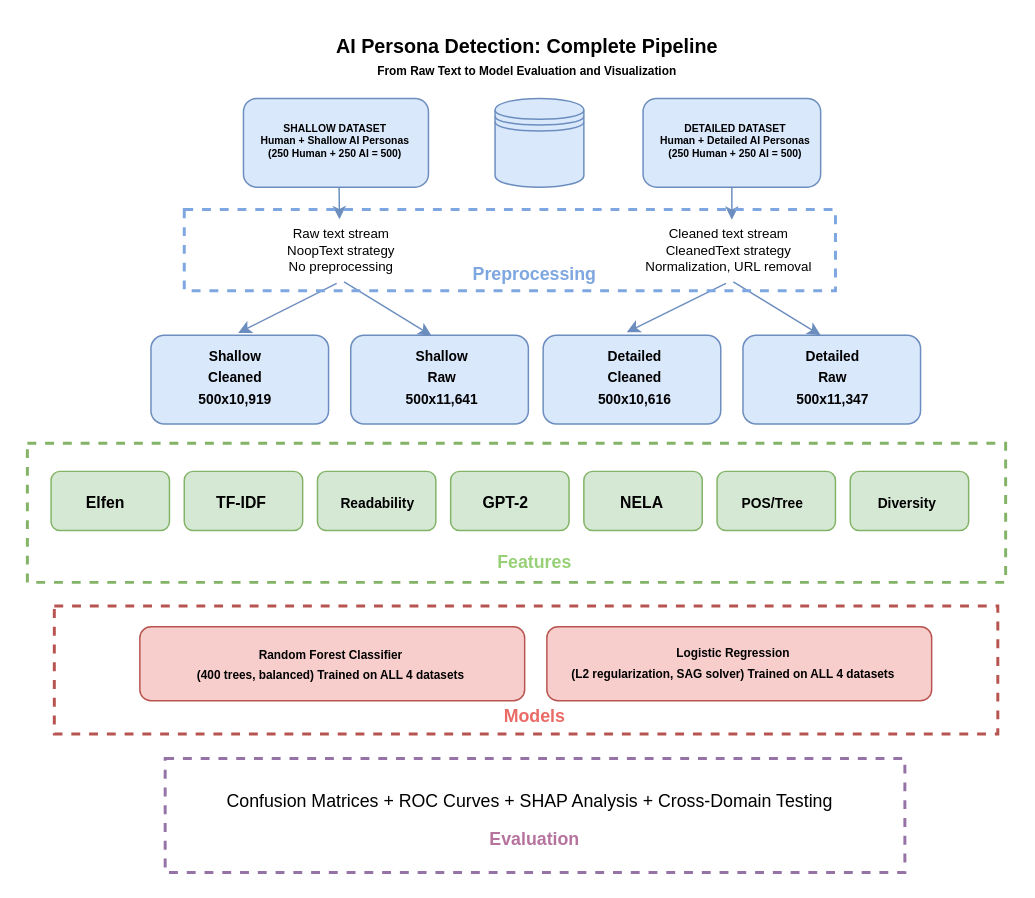
Above: aipersonas.drawio in Likich/LLMsim (draw.io), before the change. Source tidied: cells renumbered, new cells numbered last; positions are measured from the earlier drawing's top-left corner, leaving out a move shared by most shapes. Both pictures are drawn from the tidied source at 148%, with x=0, y=0 at pixel (27, 25). Pictures stored in the file or linked from it are replaced by grey dashed boxes.
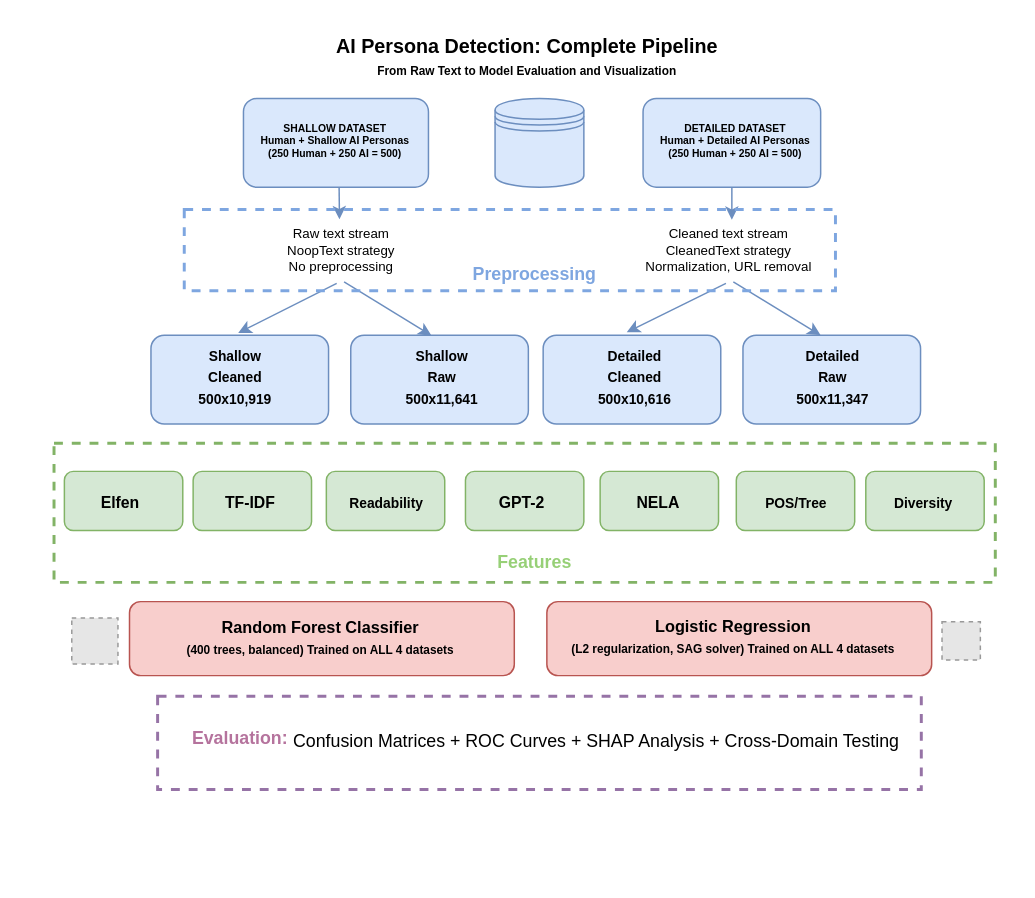
The same page after the edit.

Change to the diagram source:
```diff
@@
     <mxCell id="2" style="rounded=0;whiteSpace=wrap;html=1;fillColor=none;dashed=1;strokeColor=#82b366;strokeWidth=2;" parent="1" vertex="1">
-      <mxGeometry y="282" width="661" height="94" as="geometry" />
+      <mxGeometry x="18" y="282" width="636" height="94" as="geometry" />
     </mxCell>
@@
     <mxCell id="5" style="rounded=1;whiteSpace=wrap;html=1;fillColor=#d5e8d4;strokeColor=#82b366;" parent="1" vertex="1">
-      <mxGeometry x="16" y="301" width="80" height="40" as="geometry" />
+      <mxGeometry x="25" y="301" width="80" height="40" as="geometry" />
     </mxCell>
     <mxCell id="6" style="rounded=1;whiteSpace=wrap;html=1;fillColor=#d5e8d4;strokeColor=#82b366;" parent="1" vertex="1">
-      <mxGeometry x="106" y="301" width="80" height="40" as="geometry" />
+      <mxGeometry x="112" y="301" width="80" height="40" as="geometry" />
     </mxCell>
     <mxCell id="7" style="rounded=1;whiteSpace=wrap;html=1;fillColor=#d5e8d4;strokeColor=#82b366;" parent="1" vertex="1">
-      <mxGeometry x="196" y="301" width="80" height="40" as="geometry" />
+      <mxGeometry x="202" y="301" width="80" height="40" as="geometry" />
     </mxCell>
     <mxCell id="8" style="rounded=1;whiteSpace=wrap;html=1;fillColor=#d5e8d4;strokeColor=#82b366;" parent="1" vertex="1">
-      <mxGeometry x="286" y="301" width="80" height="40" as="geometry" />
+      <mxGeometry x="296" y="301" width="80" height="40" as="geometry" />
     </mxCell>
     <mxCell id="9" style="rounded=1;whiteSpace=wrap;html=1;fillColor=#d5e8d4;strokeColor=#82b366;" parent="1" vertex="1">
-      <mxGeometry x="376" y="301" width="80" height="40" as="geometry" />
+      <mxGeometry x="387" y="301" width="80" height="40" as="geometry" />
     </mxCell>
     <mxCell id="10" style="rounded=1;whiteSpace=wrap;html=1;fillColor=#d5e8d4;strokeColor=#82b366;" parent="1" vertex="1">
-      <mxGeometry x="466" y="301" width="80" height="40" as="geometry" />
+      <mxGeometry x="479" y="301" width="80" height="40" as="geometry" />
     </mxCell>
     <mxCell id="11" style="rounded=1;whiteSpace=wrap;html=1;fillColor=#d5e8d4;strokeColor=#82b366;" parent="1" vertex="1">
-      <mxGeometry x="556" y="301" width="80" height="40" as="geometry" />
+      <mxGeometry x="566.5" y="301" width="80" height="40" as="geometry" />
     </mxCell>
@@
     <mxCell id="16" style="rounded=1;whiteSpace=wrap;html=1;fillColor=#f8cecc;strokeColor=#b85450;" parent="1" vertex="1">
-      <mxGeometry x="76" y="406" width="260" height="50" as="geometry" />
+      <mxGeometry x="69" y="389" width="260" height="50" as="geometry" />
     </mxCell>
     <mxCell id="17" style="rounded=1;whiteSpace=wrap;html=1;fillColor=#f8cecc;strokeColor=#b85450;" parent="1" vertex="1">
-      <mxGeometry x="351" y="406" width="260" height="50" as="geometry" />
+      <mxGeometry x="351" y="389" width="260" height="50" as="geometry" />
     </mxCell>
@@
     <mxCell id="23" value="&lt;b style=&quot;font-weight:normal;&quot; id=&quot;docs-internal-guid-ae7be2e6-7fff-836d-d5e1-5ad2f06c3954&quot;&gt;&lt;p dir=&quot;ltr&quot; style=&quot;line-height:1.2;text-align: center;margin-top:0pt;margin-bottom:0pt;&quot;&gt;&lt;span style=&quot;background-color: transparent; color: light-dark(rgb(0, 0, 0), rgb(237, 237, 237)); font-family: Arial, sans-serif; font-size: 8pt; font-weight: 700; white-space-collapse: preserve;&quot;&gt;Elfen&lt;/span&gt;&lt;/p&gt;&lt;/b&gt;" style="text;whiteSpace=wrap;html=1;" parent="1" vertex="1">
-      <mxGeometry x="38" y="307.6" width="50" height="40" as="geometry" />
+      <mxGeometry x="48" y="307.6" width="50" height="40" as="geometry" />
     </mxCell>
     <mxCell id="24" value="&lt;b style=&quot;font-weight:normal;&quot; id=&quot;docs-internal-guid-239a915f-7fff-9e85-c979-bd8349d87183&quot;&gt;&lt;p dir=&quot;ltr&quot; style=&quot;line-height:1.2;text-align: center;margin-top:0pt;margin-bottom:0pt;&quot;&gt;&lt;span style=&quot;font-size: 8pt; font-family: Arial, sans-serif; color: rgb(0, 0, 0); background-color: transparent; font-weight: 700; font-style: normal; font-variant: normal; text-decoration: none; vertical-align: baseline; white-space: pre-wrap;&quot;&gt;TF-IDF&lt;/span&gt;&lt;/p&gt;&lt;/b&gt;" style="text;whiteSpace=wrap;html=1;" parent="1" vertex="1">
-      <mxGeometry x="126" y="307.6" width="75" height="46.9" as="geometry" />
+      <mxGeometry x="132" y="307.6" width="75" height="46.9" as="geometry" />
     </mxCell>
     <mxCell id="25" value="&lt;b style=&quot;font-weight:normal;&quot; id=&quot;docs-internal-guid-65ea8784-7fff-c9c4-a3c4-50805980968f&quot;&gt;&lt;p dir=&quot;ltr&quot; style=&quot;line-height:1.2;text-align: center;margin-top:0pt;margin-bottom:0pt;&quot;&gt;&lt;span style=&quot;font-size: 7pt; font-family: Arial, sans-serif; color: rgb(0, 0, 0); background-color: transparent; font-weight: 700; font-style: normal; font-variant: normal; text-decoration: none; vertical-align: baseline; white-space: pre-wrap;&quot;&gt;Readabi&lt;/span&gt;&lt;span style=&quot;background-color: transparent; color: light-dark(rgb(0, 0, 0), rgb(237, 237, 237)); font-family: Arial, sans-serif; font-size: 7pt; font-weight: 700; white-space-collapse: preserve;&quot;&gt;lity&lt;/span&gt;&lt;/p&gt;&lt;/b&gt;" style="text;whiteSpace=wrap;html=1;" parent="1" vertex="1">
-      <mxGeometry x="210" y="307.6" width="100" height="70" as="geometry" />
+      <mxGeometry x="216" y="307.6" width="100" height="70" as="geometry" />
     </mxCell>
     <mxCell id="26" value="&lt;b style=&quot;font-weight:normal;&quot; id=&quot;docs-internal-guid-f7293e37-7fff-f836-a736-2f88431ca3c5&quot;&gt;&lt;p dir=&quot;ltr&quot; style=&quot;line-height:1.2;text-align: center;margin-top:0pt;margin-bottom:0pt;&quot;&gt;&lt;span style=&quot;font-size: 8pt; font-family: Arial, sans-serif; color: rgb(0, 0, 0); background-color: transparent; font-weight: 700; font-style: normal; font-variant: normal; text-decoration: none; vertical-align: baseline; white-space: pre-wrap;&quot;&gt;GPT-2&lt;/span&gt;&lt;/p&gt;&lt;/b&gt;" style="text;whiteSpace=wrap;html=1;" parent="1" vertex="1">
-      <mxGeometry x="306" y="307.6" width="80" height="50" as="geometry" />
+      <mxGeometry x="317" y="307.6" width="80" height="50" as="geometry" />
     </mxCell>
     <mxCell id="27" value="&lt;b style=&quot;font-weight:normal;&quot; id=&quot;docs-internal-guid-f9050e85-7fff-1b75-7c0d-9640b4de981a&quot;&gt;&lt;p dir=&quot;ltr&quot; style=&quot;line-height:1.2;text-align: center;margin-top:0pt;margin-bottom:0pt;&quot;&gt;&lt;span style=&quot;font-size: 8pt; font-family: Arial, sans-serif; color: rgb(0, 0, 0); background-color: transparent; font-weight: 700; font-style: normal; font-variant: normal; text-decoration: none; vertical-align: baseline; white-space: pre-wrap;&quot;&gt;NELA&lt;/span&gt;&lt;/p&gt;&lt;/b&gt;" style="text;whiteSpace=wrap;html=1;" parent="1" vertex="1">
-      <mxGeometry x="398.5" y="307.6" width="70" height="50" as="geometry" />
+      <mxGeometry x="409.5" y="307.6" width="70" height="50" as="geometry" />
     </mxCell>
     <mxCell id="28" value="&lt;b style=&quot;font-weight:normal;&quot; id=&quot;docs-internal-guid-a6923487-7fff-43c2-2566-b96d860c2867&quot;&gt;&lt;p dir=&quot;ltr&quot; style=&quot;line-height:1.2;text-align: center;margin-top:0pt;margin-bottom:0pt;&quot;&gt;&lt;span style=&quot;font-size: 7pt; font-family: Arial, sans-serif; color: rgb(0, 0, 0); background-color: transparent; font-weight: 700; font-style: normal; font-variant: normal; text-decoration: none; vertical-align: baseline; white-space: pre-wrap;&quot;&gt;POS/Tree&lt;/span&gt;&lt;/p&gt;&lt;/b&gt;" style="text;whiteSpace=wrap;html=1;" parent="1" vertex="1">
-      <mxGeometry x="481" y="307.6" width="80" height="50" as="geometry" />
+      <mxGeometry x="497" y="307.6" width="80" height="50" as="geometry" />
     </mxCell>
     <mxCell id="29" value="&lt;b style=&quot;font-weight:normal;&quot; id=&quot;docs-internal-guid-04bf9017-7fff-6697-55a7-8e5b70c8b0e8&quot;&gt;&lt;p dir=&quot;ltr&quot; style=&quot;line-height:1.2;text-align: center;margin-top:0pt;margin-bottom:0pt;&quot;&gt;&lt;span style=&quot;font-size: 7pt; font-family: Arial, sans-serif; color: rgb(0, 0, 0); background-color: transparent; font-weight: 700; font-style: normal; font-variant: normal; text-decoration: none; vertical-align: baseline; white-space: pre-wrap;&quot;&gt;Diversity&lt;/span&gt;&lt;/p&gt;&lt;/b&gt;" style="text;whiteSpace=wrap;html=1;" parent="1" vertex="1">
-      <mxGeometry x="573" y="307.6" width="80" height="50" as="geometry" />
+      <mxGeometry x="583.5" y="307.6" width="80" height="50" as="geometry" />
     </mxCell>
@@
     <mxCell id="34" value="&lt;span style=&quot;&quot; id=&quot;docs-internal-guid-4c241ec0-7fff-66e1-a8ab-1af012cb2349&quot;&gt;&lt;p dir=&quot;ltr&quot; style=&quot;line-height: 1.2; text-align: center; margin-top: 0pt; margin-bottom: 0pt;&quot;&gt;&lt;span style=&quot;font-family: Arial, sans-serif; background-color: transparent; font-style: normal; font-variant: normal; text-decoration: none; vertical-align: baseline; white-space: pre-wrap;&quot;&gt;&lt;font style=&quot;color: rgb(0, 0, 0);&quot;&gt;Confusion Matrices + ROC Curves + SHAP Analysis + Cross-Domain Testing&lt;/font&gt;&lt;/span&gt;&lt;/p&gt;&lt;/span&gt;" style="text;whiteSpace=wrap;html=1;" parent="1" vertex="1">
-      <mxGeometry x="133" y="510" width="440" height="50" as="geometry" />
+      <mxGeometry x="178" y="469.5" width="440" height="50" as="geometry" />
     </mxCell>
-    <mxCell id="35" value="&lt;b style=&quot;font-weight:normal;&quot; id=&quot;docs-internal-guid-8caab6e6-7fff-a905-b7a0-6fb9ad0504b8&quot;&gt;&lt;p dir=&quot;ltr&quot; style=&quot;line-height:1.2;text-align: center;margin-top:0pt;margin-bottom:0pt;&quot;&gt;&lt;br&gt;&lt;/p&gt;&lt;br&gt;&lt;p dir=&quot;ltr&quot; style=&quot;line-height:1.2;text-align: center;margin-top:0pt;margin-bottom:0pt;&quot;&gt;&lt;span style=&quot;font-size: 6pt; font-family: Arial, sans-serif; color: rgb(0, 0, 0); background-color: transparent; font-weight: 700; font-style: normal; font-variant: normal; text-decoration: none; vertical-align: baseline; white-space: pre-wrap;&quot;&gt;Logistic Regression&lt;/span&gt;&lt;/p&gt;&lt;p dir=&quot;ltr&quot; style=&quot;line-height:1.2;text-align: center;margin-top:0pt;margin-bottom:0pt;&quot;&gt;&lt;span style=&quot;font-size: 6pt; font-family: Arial, sans-serif; color: rgb(0, 0, 0); background-color: transparent; font-weight: 700; font-style: normal; font-variant: normal; text-decoration: none; vertical-align: baseline; white-space: pre-wrap;&quot;&gt;(L2 regularization, SAG solver) &lt;/span&gt;&lt;span style=&quot;background-color: transparent; color: light-dark(rgb(0, 0, 0), rgb(237, 237, 237)); font-family: Arial, sans-serif; font-size: 6pt; font-weight: 700; white-space-collapse: preserve;&quot;&gt;Trained on ALL 4 datasets&lt;/span&gt;&lt;/p&gt;&lt;/b&gt;" style="text;whiteSpace=wrap;html=1;" parent="1" vertex="1">
-      <mxGeometry x="366" y="380" width="280" height="140" as="geometry" />
+    <mxCell id="35" value="&lt;b style=&quot;font-weight:normal;&quot; id=&quot;docs-internal-guid-8caab6e6-7fff-a905-b7a0-6fb9ad0504b8&quot;&gt;&lt;p dir=&quot;ltr&quot; style=&quot;line-height:1.2;text-align: center;margin-top:0pt;margin-bottom:0pt;&quot;&gt;&lt;br&gt;&lt;/p&gt;&lt;br&gt;&lt;p dir=&quot;ltr&quot; style=&quot;line-height:1.2;text-align: center;margin-top:0pt;margin-bottom:0pt;&quot;&gt;&lt;span style=&quot;font-family: Arial, sans-serif; color: rgb(0, 0, 0); background-color: transparent; font-weight: 700; font-style: normal; font-variant: normal; text-decoration: none; vertical-align: baseline; white-space: pre-wrap;&quot;&gt;&lt;font style=&quot;font-size: 11px;&quot;&gt;Logistic Regression&lt;/font&gt;&lt;/span&gt;&lt;/p&gt;&lt;p dir=&quot;ltr&quot; style=&quot;line-height:1.2;text-align: center;margin-top:0pt;margin-bottom:0pt;&quot;&gt;&lt;span style=&quot;font-size: 6pt; font-family: Arial, sans-serif; color: rgb(0, 0, 0); background-color: transparent; font-weight: 700; font-style: normal; font-variant: normal; text-decoration: none; vertical-align: baseline; white-space: pre-wrap;&quot;&gt;(L2 regularization, SAG solver) &lt;/span&gt;&lt;span style=&quot;background-color: transparent; color: light-dark(rgb(0, 0, 0), rgb(237, 237, 237)); font-family: Arial, sans-serif; font-size: 6pt; font-weight: 700; white-space-collapse: preserve;&quot;&gt;Trained on ALL 4 datasets&lt;/span&gt;&lt;/p&gt;&lt;/b&gt;" style="text;whiteSpace=wrap;html=1;" parent="1" vertex="1">
+      <mxGeometry x="366" y="363" width="280" height="140" as="geometry" />
     </mxCell>
-    <mxCell id="36" value="&lt;b id=&quot;docs-internal-guid-8caab6e6-7fff-a905-b7a0-6fb9ad0504b8&quot; style=&quot;forced-color-adjust: none; color: rgb(0, 0, 0); font-family: Helvetica; font-size: 12px; font-style: normal; font-variant-ligatures: normal; font-variant-caps: normal; letter-spacing: normal; orphans: 2; text-align: left; text-indent: 0px; text-transform: none; widows: 2; word-spacing: 0px; -webkit-text-stroke-width: 0px; white-space: normal; background-color: rgb(236, 236, 236); text-decoration-thickness: initial; text-decoration-style: initial; text-decoration-color: initial; font-weight: normal;&quot;&gt;&lt;p dir=&quot;ltr&quot; style=&quot;forced-color-adjust: none; line-height: 1.2; text-align: center; margin-top: 0pt; margin-bottom: 0pt;&quot;&gt;&lt;span style=&quot;forced-color-adjust: none; font-size: 6pt; font-family: Arial, sans-serif; color: rgb(0, 0, 0); background-color: transparent; font-weight: 700; font-style: normal; font-variant: normal; text-decoration: none; vertical-align: baseline; white-space: pre-wrap;&quot;&gt;Random Forest Classifier&lt;/span&gt;&lt;/p&gt;&lt;p dir=&quot;ltr&quot; style=&quot;forced-color-adjust: none; line-height: 1.2; text-align: center; margin-top: 0pt; margin-bottom: 0pt;&quot;&gt;&lt;span style=&quot;forced-color-adjust: none; font-size: 6pt; font-family: Arial, sans-serif; color: rgb(0, 0, 0); background-color: transparent; font-weight: 700; font-style: normal; font-variant: normal; text-decoration: none; vertical-align: baseline; white-space: pre-wrap;&quot;&gt;(400 trees, balanced) &lt;/span&gt;&lt;span style=&quot;background-color: transparent; color: light-dark(rgb(0, 0, 0), rgb(237, 237, 237)); font-family: Arial, sans-serif; font-size: 6pt; font-weight: 700; white-space-collapse: preserve;&quot;&gt;Trained on ALL 4 datasets&lt;/span&gt;&lt;/p&gt;&lt;/b&gt;" style="text;whiteSpace=wrap;html=1;" parent="1" vertex="1">
-      <mxGeometry x="113" y="410" width="246" height="70" as="geometry" />
+    <mxCell id="36" value="&lt;b id=&quot;docs-internal-guid-8caab6e6-7fff-a905-b7a0-6fb9ad0504b8&quot; style=&quot;forced-color-adjust: none; color: rgb(0, 0, 0); font-family: Helvetica; font-style: normal; font-variant-ligatures: normal; font-variant-caps: normal; letter-spacing: normal; orphans: 2; text-align: left; text-indent: 0px; text-transform: none; widows: 2; word-spacing: 0px; -webkit-text-stroke-width: 0px; white-space: normal; background-color: rgb(236, 236, 236); text-decoration-thickness: initial; text-decoration-style: initial; text-decoration-color: initial; font-weight: normal;&quot;&gt;&lt;p dir=&quot;ltr&quot; style=&quot;forced-color-adjust: none; line-height: 1.2; text-align: center; margin-top: 0pt; margin-bottom: 0pt;&quot;&gt;&lt;span style=&quot;forced-color-adjust: none; font-family: Arial, sans-serif; color: rgb(0, 0, 0); background-color: transparent; font-weight: 700; font-style: normal; font-variant: normal; text-decoration: none; vertical-align: baseline; white-space: pre-wrap;&quot;&gt;&lt;font style=&quot;font-size: 11px;&quot;&gt;Random Forest Classifier&lt;/font&gt;&lt;/span&gt;&lt;/p&gt;&lt;p dir=&quot;ltr&quot; style=&quot;font-size: 12px; forced-color-adjust: none; line-height: 1.2; text-align: center; margin-top: 0pt; margin-bottom: 0pt;&quot;&gt;&lt;span style=&quot;forced-color-adjust: none; font-size: 6pt; font-family: Arial, sans-serif; color: rgb(0, 0, 0); background-color: transparent; font-weight: 700; font-style: normal; font-variant: normal; text-decoration: none; vertical-align: baseline; white-space: pre-wrap;&quot;&gt;(400 trees, balanced) &lt;/span&gt;&lt;span style=&quot;background-color: transparent; color: light-dark(rgb(0, 0, 0), rgb(237, 237, 237)); font-family: Arial, sans-serif; font-size: 6pt; font-weight: 700; white-space-collapse: preserve;&quot;&gt;Trained on ALL 4 datasets&lt;/span&gt;&lt;/p&gt;&lt;/b&gt;" style="text;whiteSpace=wrap;html=1;" parent="1" vertex="1">
+      <mxGeometry x="106" y="393" width="246" height="70" as="geometry" />
     </mxCell>
@@
-    <mxCell id="44" style="rounded=0;whiteSpace=wrap;html=1;fillColor=none;dashed=1;strokeColor=#b85450;strokeWidth=2;" parent="1" vertex="1">
-      <mxGeometry x="18.2" y="392" width="637.5" height="86.5" as="geometry" />
-    </mxCell>
@@
-    <mxCell id="48" value="&lt;font style=&quot;color: rgb(234, 107, 102);&quot;&gt;&lt;b style=&quot;&quot;&gt;Models&lt;/b&gt;&lt;/font&gt;" style="text;html=1;whiteSpace=wrap;strokeColor=none;fillColor=none;align=center;verticalAlign=middle;rounded=0;" parent="1" vertex="1">
-      <mxGeometry x="300" y="452" width="86" height="30" as="geometry" />
-    </mxCell>
     <mxCell id="49" style="rounded=0;whiteSpace=wrap;html=1;fillColor=none;dashed=1;strokeColor=#9673a6;strokeWidth=2;" parent="1" vertex="1">
-      <mxGeometry x="93.1" y="495" width="499.8" height="77" as="geometry" />
+      <mxGeometry x="88" y="453" width="516" height="63" as="geometry" />
     </mxCell>
-    <mxCell id="50" value="&lt;font style=&quot;color: rgb(181, 115, 157);&quot;&gt;&lt;b style=&quot;&quot;&gt;Evaluation&lt;/b&gt;&lt;/font&gt;" style="text;html=1;whiteSpace=wrap;strokeColor=none;fillColor=none;align=center;verticalAlign=middle;rounded=0;" parent="1" vertex="1">
-      <mxGeometry x="300" y="535" width="86" height="30" as="geometry" />
+    <mxCell id="50" value="&lt;font style=&quot;color: rgb(181, 115, 157);&quot;&gt;&lt;b style=&quot;&quot;&gt;Evaluation:&lt;/b&gt;&lt;/font&gt;" style="text;html=1;whiteSpace=wrap;strokeColor=none;fillColor=none;align=center;verticalAlign=middle;rounded=0;" parent="1" vertex="1">
+      <mxGeometry x="100.5" y="467" width="86" height="30" as="geometry" />
     </mxCell>
+    <mxCell id="51" style="fillColor=#E6E6E6;strokeColor=#999999;dashed=1;verticalLabelPosition=bottom;labelBackgroundColor=default;verticalAlign=top;" parent="1" vertex="1">
+      <mxGeometry x="30" y="400" width="31.2" height="31.2" as="geometry" />
+    </mxCell>
+    <mxCell id="52" style="fillColor=#E6E6E6;strokeColor=#999999;dashed=1;verticalLabelPosition=bottom;labelBackgroundColor=default;verticalAlign=top;" parent="1" vertex="1">
+      <mxGeometry x="618" y="402.6" width="25.9" height="25.9" as="geometry" />
+    </mxCell>
```
